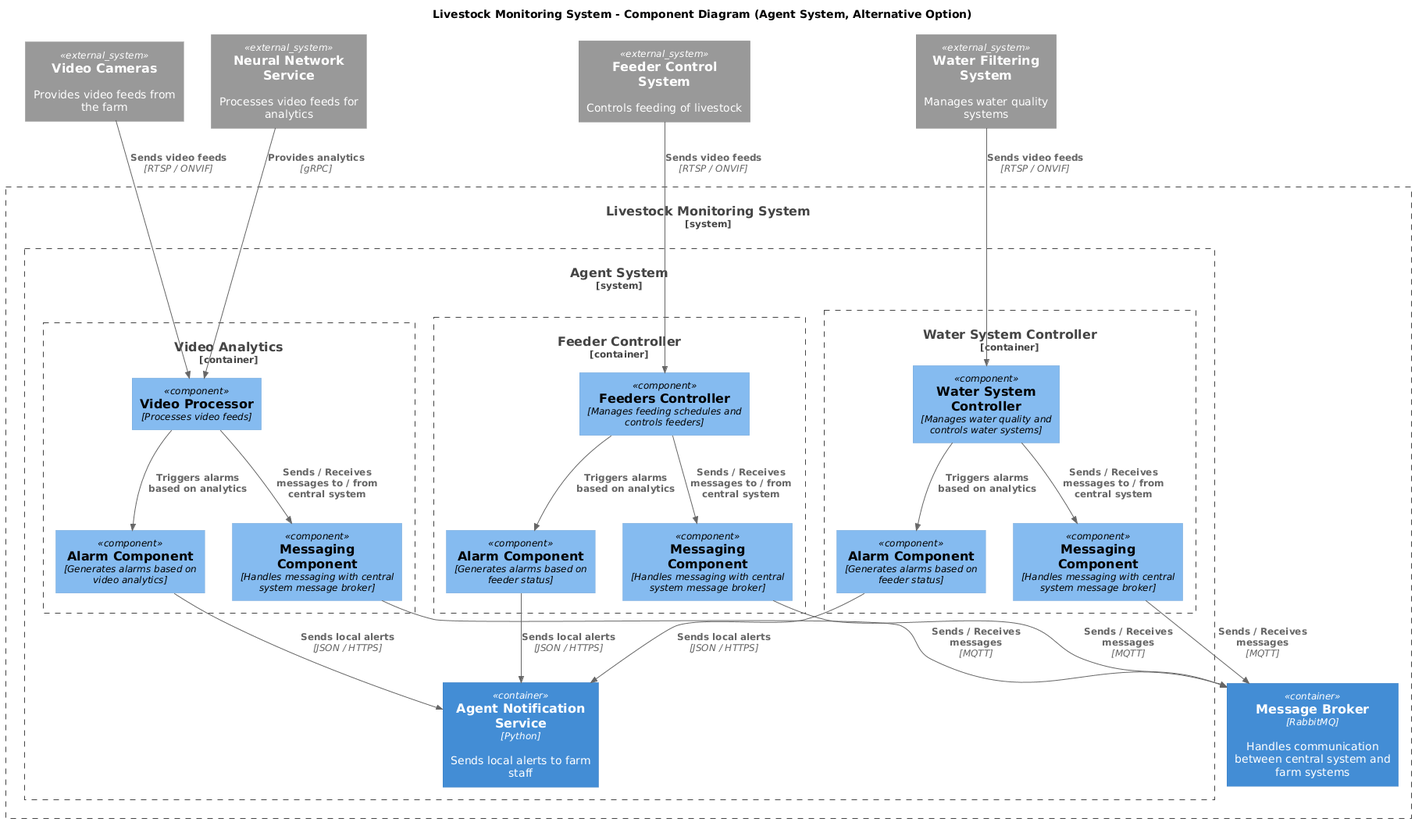
Earlier version of the PlantUML export Task3/component_agent_alt.png (WowSoLaggy/MSA-AgroTech).
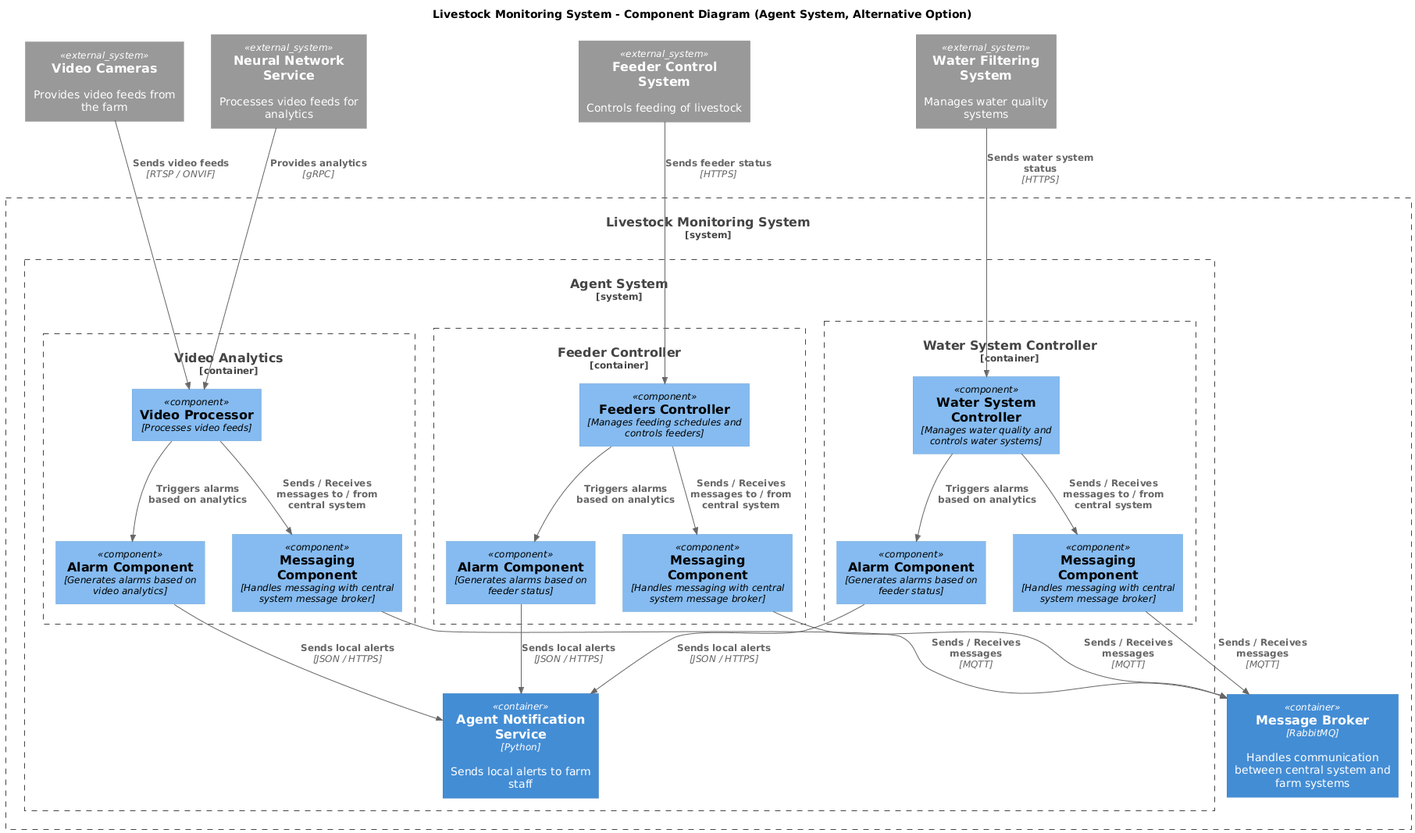
Later version of the same file.

What changed in the source:
```diff
@@ -35,7 +35,7 @@
       Component(alarm_comp_2, "Alarm Component", "Generates alarms based on feeder status")
       Component(messaging_comp_2, "Messaging Component", "Handles messaging with central system message broker")
 
-      Rel(feeder_system, feeder_controller_logic, "Sends video feeds", "RTSP / ONVIF")
+      Rel(feeder_system, feeder_controller_logic, "Sends feeder status", "HTTPS")
       Rel(alarm_comp_2, notification_service, "Sends local alerts", "JSON / HTTPS")
       Rel(feeder_controller_logic, alarm_comp_2, "Triggers alarms based on analytics")
       Rel(feeder_controller_logic, messaging_comp_2, "Sends / Receives messages to / from central system")
@@ -47,7 +47,7 @@
       Component(alarm_comp_3, "Alarm Component", "Generates alarms based on feeder status")
       Component(messaging_comp_3, "Messaging Component", "Handles messaging with central system message broker")
 
-      Rel(water_system, water_controller_logic, "Sends video feeds", "RTSP / ONVIF")
+      Rel(water_system, water_controller_logic, "Sends water system status", "HTTPS")
       Rel(alarm_comp_3, notification_service, "Sends local alerts", "JSON / HTTPS")
       Rel(water_controller_logic, alarm_comp_3, "Triggers alarms based on analytics")
       Rel(water_controller_logic, messaging_comp_3, "Sends / Receives messages to / from central system")
```
